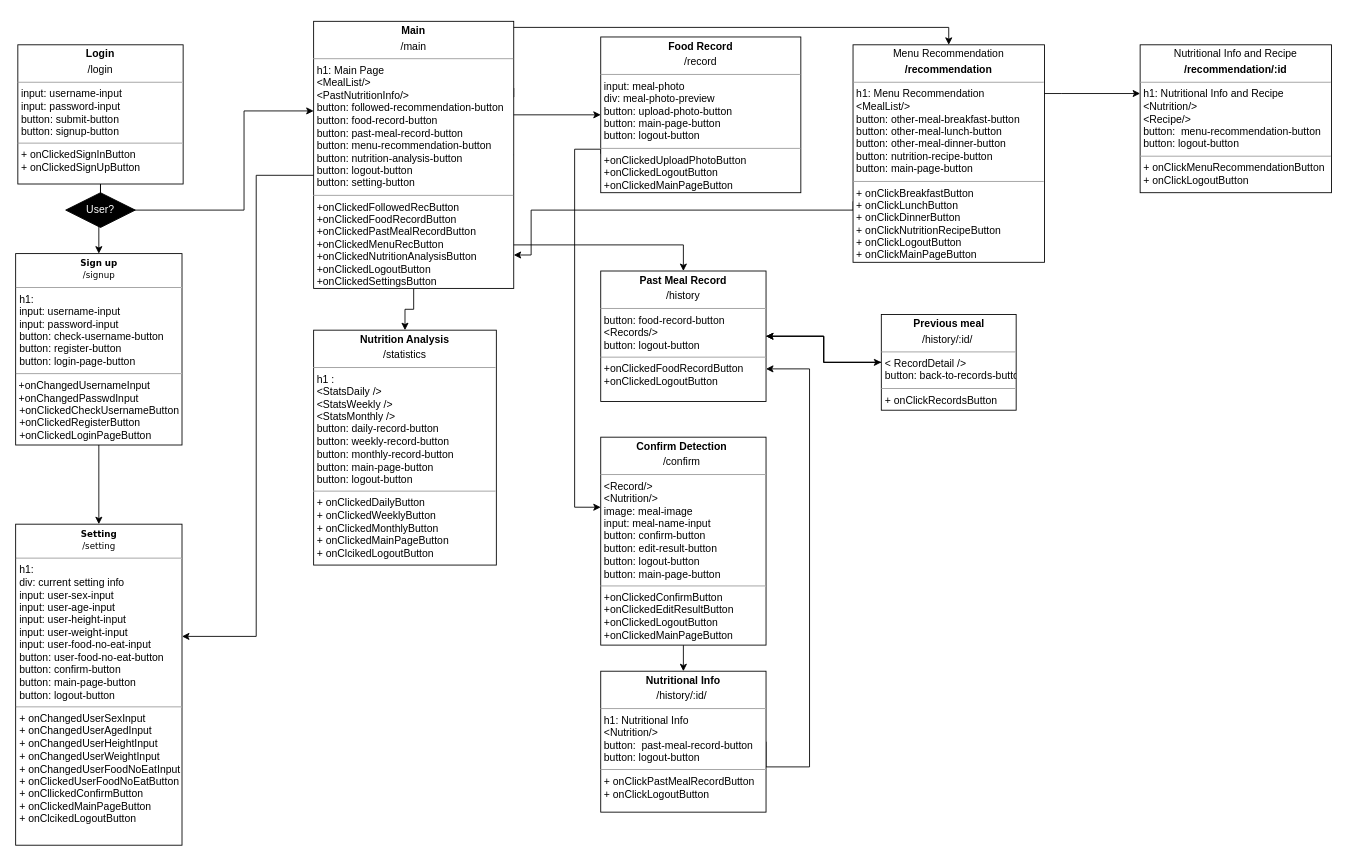
This is Untitled Diagram.drawio from swsnu/swpp2021-team5, a draw.io file, before an edit. Source tidied: cells renumbered, new cells numbered last; positions are measured from the earlier drawing's top-left corner, leaving out a move shared by most shapes. Both pictures are drawn from the tidied source at 87%, with x=0, y=0 at pixel (16, 21).
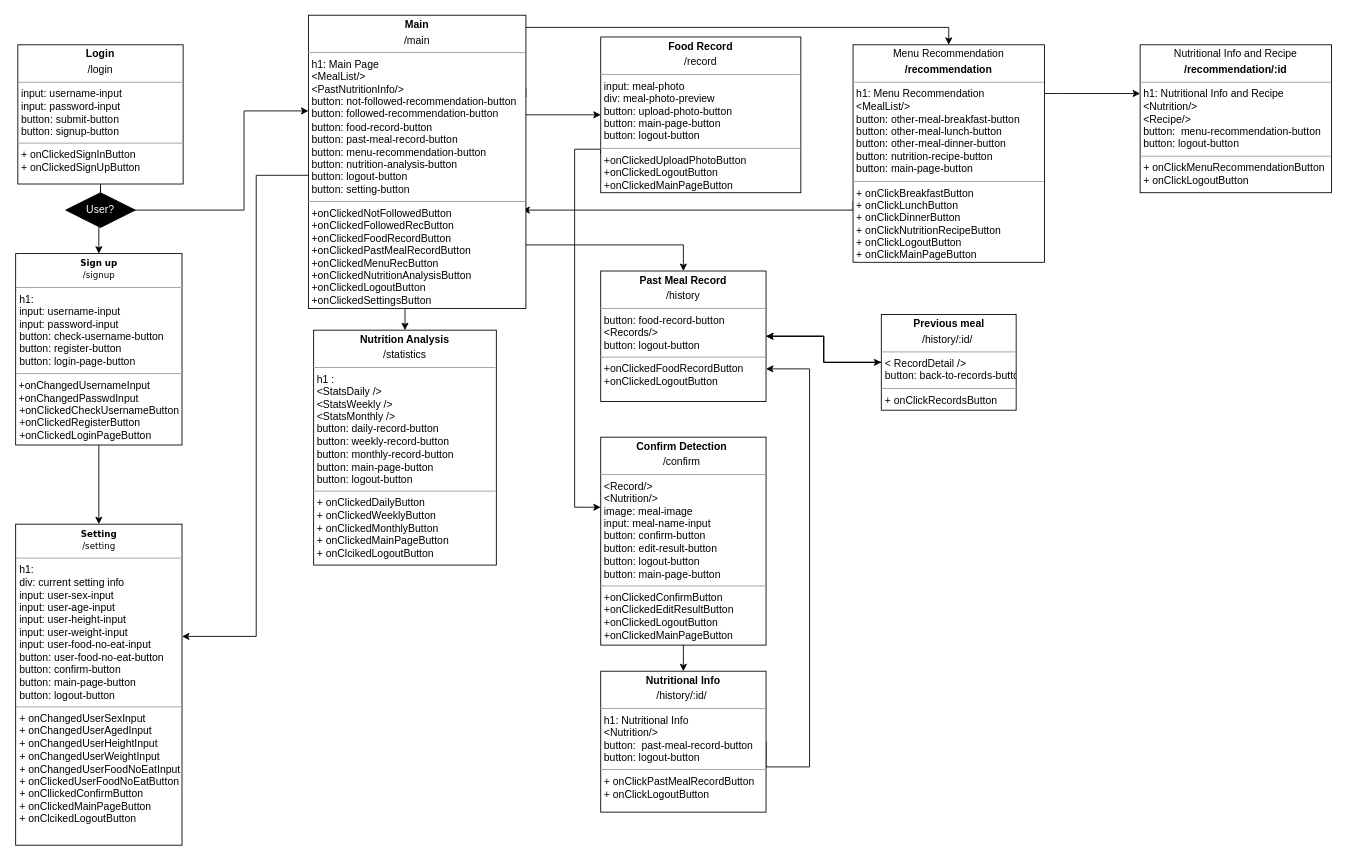
After the change.

Diff of the diagram source:
```diff
@@
-    <mxCell id="4" style="edgeStyle=orthogonalEdgeStyle;rounded=0;jettySize=auto;html=1;exitX=0.25;exitY=1;exitDx=0;exitDy=0;fontColor=#FFFFFF;entryX=1;entryY=0.875;entryDx=0;entryDy=0;entryPerimeter=0;" parent="1" edge="1" target="9">
+    <mxCell id="4" style="edgeStyle=orthogonalEdgeStyle;rounded=0;orthogonalLoop=1;jettySize=auto;html=1;exitX=0.25;exitY=1;exitDx=0;exitDy=0;fontColor=#FFFFFF;" parent="1" edge="1">
       <mxGeometry relative="1" as="geometry">
         <mxPoint x="1029.5" y="207" as="sourcePoint" />
+        <mxPoint x="582" y="217" as="targetPoint" />
         <Array as="points">
           <mxPoint x="962" y="207" />
           <mxPoint x="962" y="217" />
-          <mxPoint x="592" y="217" />
-          <mxPoint x="592" y="269" />
         </Array>
       </mxGeometry>
     </mxCell>
@@
-    <mxCell id="9" value="&lt;p style=&quot;margin: 0px ; margin-top: 4px ; text-align: center&quot;&gt;&lt;b&gt;Main&lt;/b&gt;&lt;/p&gt;&lt;p style=&quot;margin: 0px ; margin-top: 4px ; text-align: center&quot;&gt;/main&lt;/p&gt;&lt;hr size=&quot;1&quot;&gt;&lt;p style=&quot;margin: 0px ; margin-left: 4px&quot;&gt;h1: Main Page&lt;/p&gt;&lt;p style=&quot;margin: 0px ; margin-left: 4px&quot;&gt;&amp;lt;MealList/&amp;gt;&lt;/p&gt;&lt;p style=&quot;margin: 0px ; margin-left: 4px&quot;&gt;&amp;lt;PastNutritionInfo/&amp;gt;&lt;/p&gt;&lt;p style=&quot;margin: 0px 0px 0px 4px&quot;&gt;button: followed-recommendation-button&lt;/p&gt;&lt;p style=&quot;margin: 0px ; margin-left: 4px&quot;&gt;&lt;span&gt;button: food-record-button&lt;/span&gt;&lt;br&gt;&lt;/p&gt;&lt;p style=&quot;margin: 0px 0px 0px 4px&quot;&gt;button: past-meal-record-button&lt;/p&gt;&lt;p style=&quot;margin: 0px 0px 0px 4px&quot;&gt;button: menu-recommendation-button&lt;/p&gt;&lt;p style=&quot;margin: 0px 0px 0px 4px&quot;&gt;button: nutrition-analysis-button&lt;/p&gt;&lt;p style=&quot;margin: 0px 0px 0px 4px&quot;&gt;button: logout-button&lt;/p&gt;&lt;p style=&quot;margin: 0px 0px 0px 4px&quot;&gt;button: setting-button&lt;/p&gt;&lt;hr size=&quot;1&quot;&gt;&lt;p style=&quot;margin: 0px ; margin-left: 4px&quot;&gt;+onClickedFollowedRecButton&lt;br&gt;&lt;/p&gt;&lt;p style=&quot;margin: 0px ; margin-left: 4px&quot;&gt;+onClickedFoodRecordButton&lt;/p&gt;&lt;p style=&quot;margin: 0px 0px 0px 4px&quot;&gt;+onClickedPastMealRecordButton&lt;/p&gt;&lt;p style=&quot;margin: 0px ; margin-left: 4px&quot;&gt;+onClickedMenuRecButton&lt;/p&gt;&lt;p style=&quot;margin: 0px ; margin-left: 4px&quot;&gt;+onClickedNutritionAnalysisButton&lt;/p&gt;&lt;p style=&quot;margin: 0px ; margin-left: 4px&quot;&gt;+onClickedLogoutButton&lt;/p&gt;&lt;p style=&quot;margin: 0px ; margin-left: 4px&quot;&gt;+onClickedSettingsButton&lt;/p&gt;" style="verticalAlign=top;align=left;overflow=fill;fontSize=12;fontFamily=Helvetica;html=1;rounded=0;shadow=0;comic=0;labelBackgroundColor=none;strokeWidth=1;" parent="1" vertex="1">
-      <mxGeometry x="342" width="230" height="307" as="geometry" />
+    <mxCell id="9" value="&lt;p style=&quot;margin: 0px ; margin-top: 4px ; text-align: center&quot;&gt;&lt;b&gt;Main&lt;/b&gt;&lt;/p&gt;&lt;p style=&quot;margin: 0px ; margin-top: 4px ; text-align: center&quot;&gt;/main&lt;/p&gt;&lt;hr size=&quot;1&quot;&gt;&lt;p style=&quot;margin: 0px ; margin-left: 4px&quot;&gt;h1: Main Page&lt;/p&gt;&lt;p style=&quot;margin: 0px ; margin-left: 4px&quot;&gt;&amp;lt;MealList/&amp;gt;&lt;/p&gt;&lt;p style=&quot;margin: 0px ; margin-left: 4px&quot;&gt;&amp;lt;PastNutritionInfo/&amp;gt;&lt;/p&gt;&lt;p style=&quot;margin: 0px ; margin-left: 4px&quot;&gt;button: not-followed-recommendation-button&lt;/p&gt;&lt;p style=&quot;margin: 0px 0px 0px 4px&quot;&gt;button: followed-recommendation-button&lt;/p&gt;&lt;p style=&quot;margin: 0px ; margin-left: 4px&quot;&gt;&lt;span&gt;button: food-record-button&lt;/span&gt;&lt;br&gt;&lt;/p&gt;&lt;p style=&quot;margin: 0px 0px 0px 4px&quot;&gt;button: past-meal-record-button&lt;/p&gt;&lt;p style=&quot;margin: 0px 0px 0px 4px&quot;&gt;button: menu-recommendation-button&lt;/p&gt;&lt;p style=&quot;margin: 0px 0px 0px 4px&quot;&gt;button: nutrition-analysis-button&lt;/p&gt;&lt;p style=&quot;margin: 0px 0px 0px 4px&quot;&gt;button: logout-button&lt;/p&gt;&lt;p style=&quot;margin: 0px 0px 0px 4px&quot;&gt;button: setting-button&lt;/p&gt;&lt;hr size=&quot;1&quot;&gt;&lt;p style=&quot;margin: 0px ; margin-left: 4px&quot;&gt;+onClickedNotFollowedButton&lt;/p&gt;&lt;p style=&quot;margin: 0px ; margin-left: 4px&quot;&gt;+onClickedFollowedRecButton&lt;br&gt;&lt;/p&gt;&lt;p style=&quot;margin: 0px ; margin-left: 4px&quot;&gt;+onClickedFoodRecordButton&lt;/p&gt;&lt;p style=&quot;margin: 0px 0px 0px 4px&quot;&gt;+onClickedPastMealRecordButton&lt;/p&gt;&lt;p style=&quot;margin: 0px ; margin-left: 4px&quot;&gt;+onClickedMenuRecButton&lt;/p&gt;&lt;p style=&quot;margin: 0px ; margin-left: 4px&quot;&gt;+onClickedNutritionAnalysisButton&lt;/p&gt;&lt;p style=&quot;margin: 0px ; margin-left: 4px&quot;&gt;+onClickedLogoutButton&lt;/p&gt;&lt;p style=&quot;margin: 0px ; margin-left: 4px&quot;&gt;+onClickedSettingsButton&lt;/p&gt;" style="verticalAlign=top;align=left;overflow=fill;fontSize=12;fontFamily=Helvetica;html=1;rounded=0;shadow=0;comic=0;labelBackgroundColor=none;strokeWidth=1;" parent="1" vertex="1">
+      <mxGeometry x="336" y="-7" width="250" height="337" as="geometry" />
     </mxCell>
```
